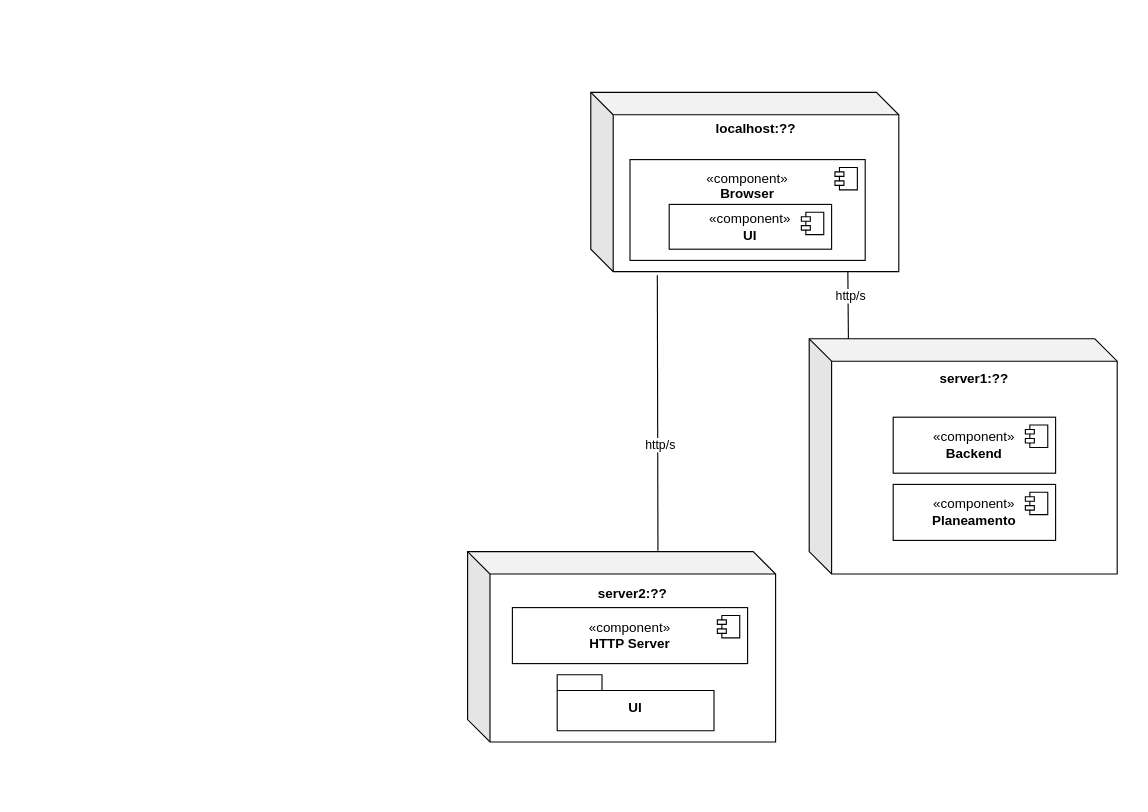
Above: docs/geral/views/level-2/physical/vista_fisical.drawio in andredsferreira/p5sem-3dj-g59 (draw.io), before the change. Source tidied: cells renumbered, new cells numbered last; positions are measured from the earlier drawing's top-left corner, leaving out a move shared by most shapes. Both pictures are drawn from the tidied source at 112%, with x=0, y=0 at pixel (467, 92).
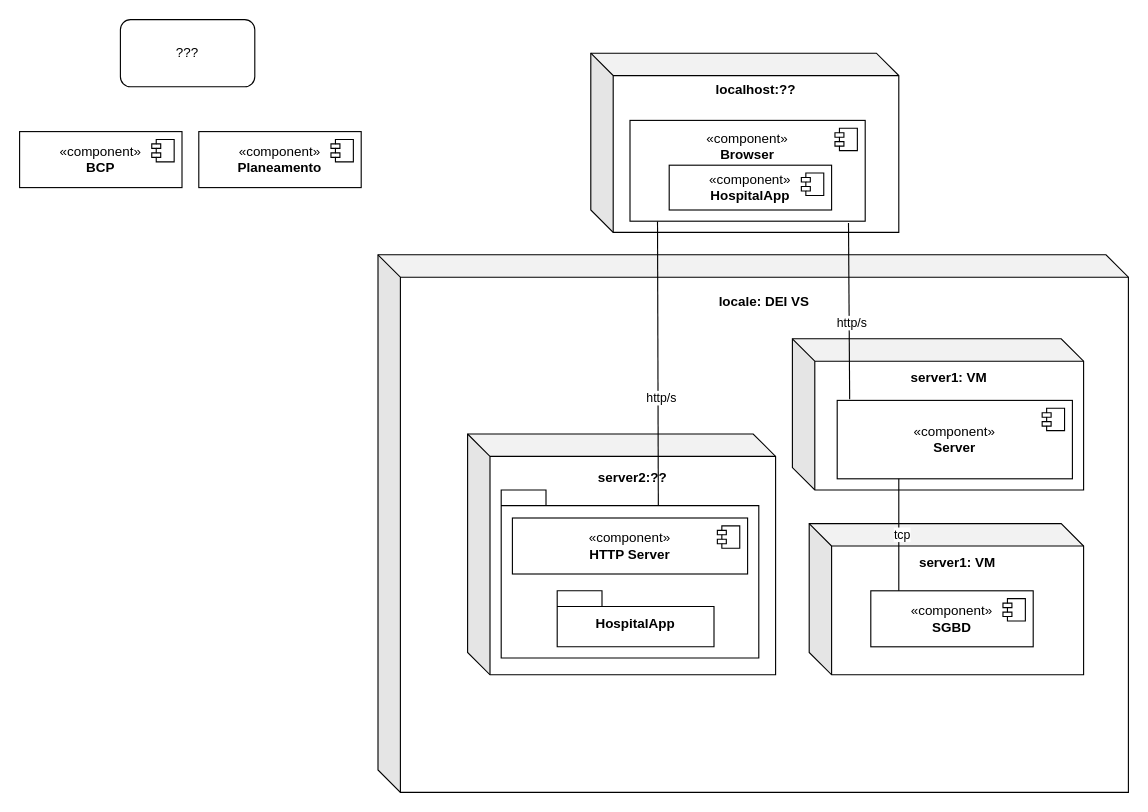
Above is the later version.

Diff of the diagram source:
```diff
@@
+    <mxCell id="20" value="&lt;b&gt;locale: DEI VS&lt;/b&gt;&lt;br&gt;&lt;div&gt;&lt;b&gt;&lt;br&gt;&lt;/b&gt;&lt;/div&gt;&lt;div&gt;&lt;b&gt;&lt;br&gt;&lt;/b&gt;&lt;/div&gt;&lt;div&gt;&lt;b&gt;&lt;br&gt;&lt;/b&gt;&lt;/div&gt;&lt;div&gt;&lt;b&gt;&lt;br&gt;&lt;/b&gt;&lt;/div&gt;&lt;div&gt;&lt;b&gt;&lt;br&gt;&lt;/b&gt;&lt;/div&gt;&lt;div&gt;&lt;b&gt;&lt;br&gt;&lt;/b&gt;&lt;/div&gt;&lt;div&gt;&lt;b&gt;&lt;br&gt;&lt;/b&gt;&lt;/div&gt;&lt;div&gt;&lt;br&gt;&lt;/div&gt;&lt;div&gt;&lt;br&gt;&lt;/div&gt;&lt;div&gt;&lt;br&gt;&lt;/div&gt;&lt;div&gt;&lt;br&gt;&lt;/div&gt;&lt;div&gt;&lt;br&gt;&lt;/div&gt;&lt;div&gt;&lt;br&gt;&lt;/div&gt;&lt;div&gt;&lt;br&gt;&lt;/div&gt;&lt;div&gt;&lt;br&gt;&lt;/div&gt;&lt;div&gt;&lt;br&gt;&lt;/div&gt;&lt;div&gt;&lt;br&gt;&lt;/div&gt;&lt;div&gt;&lt;br&gt;&lt;/div&gt;&lt;div&gt;&lt;br&gt;&lt;/div&gt;&lt;div&gt;&lt;br&gt;&lt;/div&gt;&lt;div&gt;&lt;br&gt;&lt;/div&gt;&lt;div&gt;&lt;br&gt;&lt;/div&gt;&lt;div&gt;&lt;br&gt;&lt;/div&gt;&lt;div&gt;&lt;br&gt;&lt;/div&gt;&lt;div&gt;&lt;br&gt;&lt;/div&gt;&lt;div&gt;&lt;br&gt;&lt;/div&gt;&lt;div&gt;&lt;br&gt;&lt;/div&gt;&lt;div&gt;&lt;br&gt;&lt;/div&gt;&lt;div&gt;&lt;br&gt;&lt;/div&gt;" style="shape=cube;whiteSpace=wrap;html=1;boundedLbl=1;backgroundOutline=1;darkOpacity=0.05;darkOpacity2=0.1;" parent="1" vertex="1">
+      <mxGeometry x="-80" y="145" width="670" height="480" as="geometry" />
+    </mxCell>
     <mxCell id="2" value="&lt;b&gt;localhost:??&lt;/b&gt;&lt;div&gt;&lt;b&gt;&lt;br&gt;&lt;/b&gt;&lt;/div&gt;&lt;div&gt;&lt;b&gt;&lt;br&gt;&lt;/b&gt;&lt;/div&gt;&lt;div&gt;&lt;b&gt;&lt;br&gt;&lt;/b&gt;&lt;/div&gt;&lt;div&gt;&lt;b&gt;&lt;br&gt;&lt;/b&gt;&lt;/div&gt;&lt;div&gt;&lt;b&gt;&lt;br&gt;&lt;/b&gt;&lt;/div&gt;&lt;div&gt;&lt;b&gt;&lt;br&gt;&lt;/b&gt;&lt;/div&gt;&lt;div&gt;&lt;b&gt;&lt;br&gt;&lt;/b&gt;&lt;/div&gt;&lt;div&gt;&lt;br&gt;&lt;/div&gt;" style="shape=cube;whiteSpace=wrap;html=1;boundedLbl=1;backgroundOutline=1;darkOpacity=0.05;darkOpacity2=0.1;" parent="1" vertex="1">
-      <mxGeometry x="110" width="275" height="160" as="geometry" />
+      <mxGeometry x="110" y="-35" width="275" height="160" as="geometry" />
     </mxCell>
     <mxCell id="3" value="«component»&lt;br&gt;&lt;b&gt;Browser&lt;/b&gt;&lt;div&gt;&lt;b&gt;&lt;br&gt;&lt;/b&gt;&lt;/div&gt;&lt;div&gt;&lt;b&gt;&lt;br&gt;&lt;/b&gt;&lt;/div&gt;&lt;div&gt;&lt;b&gt;&lt;br&gt;&lt;/b&gt;&lt;/div&gt;" style="html=1;whiteSpace=wrap;" parent="1" vertex="1">
-      <mxGeometry x="145" y="60" width="210" height="90" as="geometry" />
+      <mxGeometry x="145" y="25" width="210" height="90" as="geometry" />
     </mxCell>
@@
-    <mxCell id="5" value="«component»&lt;br&gt;&lt;b&gt;UI&lt;/b&gt;" style="html=1;whiteSpace=wrap;" parent="1" vertex="1">
-      <mxGeometry x="180" y="100" width="145" height="40" as="geometry" />
+    <mxCell id="5" value="«component»&lt;br&gt;&lt;b&gt;HospitalApp&lt;/b&gt;" style="html=1;whiteSpace=wrap;" parent="1" vertex="1">
+      <mxGeometry x="180" y="65" width="145" height="40" as="geometry" />
     </mxCell>
@@
-    <mxCell id="7" value="&lt;b&gt;server2:??&lt;/b&gt;&lt;div&gt;&lt;b&gt;&lt;br&gt;&lt;/b&gt;&lt;/div&gt;&lt;div&gt;&lt;b&gt;&lt;br&gt;&lt;/b&gt;&lt;/div&gt;&lt;div&gt;&lt;b&gt;&lt;br&gt;&lt;/b&gt;&lt;/div&gt;&lt;div&gt;&lt;b&gt;&lt;br&gt;&lt;/b&gt;&lt;/div&gt;&lt;div&gt;&lt;b&gt;&lt;br&gt;&lt;/b&gt;&lt;/div&gt;&lt;div&gt;&lt;b&gt;&lt;br&gt;&lt;/b&gt;&lt;/div&gt;&lt;div&gt;&lt;b&gt;&lt;br&gt;&lt;/b&gt;&lt;/div&gt;&lt;div&gt;&lt;br&gt;&lt;/div&gt;" style="shape=cube;whiteSpace=wrap;html=1;boundedLbl=1;backgroundOutline=1;darkOpacity=0.05;darkOpacity2=0.1;" parent="1" vertex="1">
-      <mxGeometry y="410" width="275" height="170" as="geometry" />
+    <mxCell id="7" value="&lt;b&gt;server2:??&lt;/b&gt;&lt;div&gt;&lt;b&gt;&lt;br&gt;&lt;/b&gt;&lt;/div&gt;&lt;div&gt;&lt;b&gt;&lt;br&gt;&lt;/b&gt;&lt;/div&gt;&lt;div&gt;&lt;b&gt;&lt;br&gt;&lt;/b&gt;&lt;/div&gt;&lt;div&gt;&lt;b&gt;&lt;br&gt;&lt;/b&gt;&lt;/div&gt;&lt;div&gt;&lt;b&gt;&lt;br&gt;&lt;/b&gt;&lt;/div&gt;&lt;div&gt;&lt;b&gt;&lt;br&gt;&lt;/b&gt;&lt;/div&gt;&lt;div&gt;&lt;b&gt;&lt;br&gt;&lt;/b&gt;&lt;/div&gt;&lt;div&gt;&lt;br&gt;&lt;/div&gt;&lt;div&gt;&lt;br&gt;&lt;/div&gt;&lt;div&gt;&lt;br&gt;&lt;/div&gt;&lt;div&gt;&lt;br&gt;&lt;/div&gt;" style="shape=cube;whiteSpace=wrap;html=1;boundedLbl=1;backgroundOutline=1;darkOpacity=0.05;darkOpacity2=0.1;" parent="1" vertex="1">
+      <mxGeometry y="305" width="275" height="215" as="geometry" />
     </mxCell>
-    <mxCell id="8" value="«component»&lt;br&gt;&lt;b&gt;HTTP Server&lt;/b&gt;" style="html=1;whiteSpace=wrap;" parent="1" vertex="1">
-      <mxGeometry x="40" y="460" width="210" height="50" as="geometry" />
-    </mxCell>
-    <mxCell id="9" style="shape=module;jettyWidth=8;jettyHeight=4;" parent="8" vertex="1">
-      <mxGeometry x="1" width="20" height="20" relative="1" as="geometry">
-        <mxPoint x="-27" y="7" as="offset" />
-      </mxGeometry>
-    </mxCell>
-    <mxCell id="10" value="UI" style="shape=folder;fontStyle=1;spacingTop=10;tabWidth=40;tabHeight=14;tabPosition=left;html=1;whiteSpace=wrap;" parent="1" vertex="1">
-      <mxGeometry x="80" y="520" width="140" height="50" as="geometry" />
-    </mxCell>
-    <mxCell id="11" style="endArrow=none;html=1;rounded=0;entryX=0.216;entryY=1.02;entryDx=0;entryDy=0;entryPerimeter=0;exitX=0.618;exitY=-0.005;exitDx=0;exitDy=0;exitPerimeter=0;" parent="1" edge="1" source="7" target="2">
+    <mxCell id="11" style="endArrow=none;html=1;rounded=0;entryX=0.117;entryY=1.003;entryDx=0;entryDy=0;entryPerimeter=0;exitX=0.61;exitY=0.103;exitDx=0;exitDy=0;exitPerimeter=0;" parent="1" edge="1" source="21" target="3">
       <mxGeometry relative="1" as="geometry" />
     </mxCell>
@@
-    <mxCell id="13" value="&lt;b&gt;server1:??&lt;/b&gt;&lt;div&gt;&lt;b&gt;&lt;br&gt;&lt;/b&gt;&lt;/div&gt;&lt;div&gt;&lt;b&gt;&lt;br&gt;&lt;/b&gt;&lt;/div&gt;&lt;div&gt;&lt;b&gt;&lt;br&gt;&lt;/b&gt;&lt;/div&gt;&lt;div&gt;&lt;b&gt;&lt;br&gt;&lt;/b&gt;&lt;/div&gt;&lt;div&gt;&lt;b&gt;&lt;br&gt;&lt;/b&gt;&lt;/div&gt;&lt;div&gt;&lt;b&gt;&lt;br&gt;&lt;/b&gt;&lt;/div&gt;&lt;div&gt;&lt;b&gt;&lt;br&gt;&lt;/b&gt;&lt;/div&gt;&lt;div&gt;&lt;br&gt;&lt;/div&gt;&lt;div&gt;&lt;br&gt;&lt;/div&gt;&lt;div&gt;&lt;br&gt;&lt;/div&gt;&lt;div&gt;&lt;br&gt;&lt;/div&gt;" style="shape=cube;whiteSpace=wrap;html=1;boundedLbl=1;backgroundOutline=1;darkOpacity=0.05;darkOpacity2=0.1;" parent="1" vertex="1">
-      <mxGeometry x="305" y="220" width="275" height="210" as="geometry" />
+    <mxCell id="13" value="&lt;b&gt;server1: VM&lt;/b&gt;&lt;div&gt;&lt;b&gt;&lt;br&gt;&lt;/b&gt;&lt;/div&gt;&lt;div&gt;&lt;b&gt;&lt;br&gt;&lt;/b&gt;&lt;/div&gt;&lt;div&gt;&lt;b&gt;&lt;br&gt;&lt;/b&gt;&lt;/div&gt;&lt;div&gt;&lt;b&gt;&lt;br&gt;&lt;/b&gt;&lt;/div&gt;&lt;div&gt;&lt;b&gt;&lt;br&gt;&lt;/b&gt;&lt;/div&gt;&lt;div&gt;&lt;br&gt;&lt;/div&gt;" style="shape=cube;whiteSpace=wrap;html=1;boundedLbl=1;backgroundOutline=1;darkOpacity=0.05;darkOpacity2=0.1;" parent="1" vertex="1">
+      <mxGeometry x="290" y="220" width="260" height="135" as="geometry" />
     </mxCell>
-    <mxCell id="14" value="«component»&lt;br&gt;&lt;b&gt;Backend&lt;/b&gt;" style="html=1;whiteSpace=wrap;" parent="1" vertex="1">
-      <mxGeometry x="380" y="290" width="145" height="50" as="geometry" />
+    <mxCell id="14" value="«component»&lt;br&gt;&lt;b&gt;Server&lt;/b&gt;" style="html=1;whiteSpace=wrap;" parent="1" vertex="1">
+      <mxGeometry x="330" y="275" width="210" height="70" as="geometry" />
     </mxCell>
@@
     <mxCell id="16" value="«component»&lt;br&gt;&lt;b&gt;Planeamento&lt;/b&gt;" style="html=1;whiteSpace=wrap;" parent="1" vertex="1">
-      <mxGeometry x="380" y="350" width="145" height="50" as="geometry" />
+      <mxGeometry x="-240" y="35" width="145" height="50" as="geometry" />
     </mxCell>
@@
-    <mxCell id="18" style="endArrow=none;html=1;rounded=0;entryX=0.216;entryY=1.02;entryDx=0;entryDy=0;entryPerimeter=0;" parent="1" edge="1">
-      <mxGeometry relative="1" as="geometry">
-        <mxPoint x="340" y="220" as="sourcePoint" />
-        <mxPoint x="339.5" y="160" as="targetPoint" />
-      </mxGeometry>
+    <mxCell id="18" style="endArrow=none;html=1;rounded=0;entryX=0.929;entryY=1.017;entryDx=0;entryDy=0;entryPerimeter=0;exitX=0.053;exitY=-0.016;exitDx=0;exitDy=0;exitPerimeter=0;" parent="1" edge="1" source="14" target="3">
+      <mxGeometry relative="1" as="geometry" />
     </mxCell>
@@
+    <mxCell id="21" style="shape=folder;fontStyle=1;spacingTop=10;tabWidth=40;tabHeight=14;tabPosition=left;html=1;whiteSpace=wrap;" parent="1" vertex="1">
+      <mxGeometry x="30" y="355" width="230" height="150" as="geometry" />
+    </mxCell>
+    <mxCell id="22" value="&lt;b&gt;server1: VM&lt;/b&gt;&lt;div&gt;&lt;b&gt;&lt;br&gt;&lt;/b&gt;&lt;/div&gt;&lt;div&gt;&lt;b&gt;&lt;br&gt;&lt;/b&gt;&lt;/div&gt;&lt;div&gt;&lt;b&gt;&lt;br&gt;&lt;/b&gt;&lt;/div&gt;&lt;div&gt;&lt;b&gt;&lt;br&gt;&lt;/b&gt;&lt;/div&gt;&lt;div&gt;&lt;b&gt;&lt;br&gt;&lt;/b&gt;&lt;/div&gt;&lt;div&gt;&lt;br&gt;&lt;/div&gt;" style="shape=cube;whiteSpace=wrap;html=1;boundedLbl=1;backgroundOutline=1;darkOpacity=0.05;darkOpacity2=0.1;" parent="1" vertex="1">
+      <mxGeometry x="305" y="385" width="245" height="135" as="geometry" />
+    </mxCell>
+    <mxCell id="23" value="«component»&lt;br&gt;&lt;b&gt;SGBD&lt;/b&gt;" style="html=1;whiteSpace=wrap;" parent="1" vertex="1">
+      <mxGeometry x="360" y="445" width="145" height="50" as="geometry" />
+    </mxCell>
+    <mxCell id="24" style="shape=module;jettyWidth=8;jettyHeight=4;" parent="23" vertex="1">
+      <mxGeometry x="1" width="20" height="20" relative="1" as="geometry">
+        <mxPoint x="-27" y="7" as="offset" />
+      </mxGeometry>
+    </mxCell>
+    <mxCell id="25" style="endArrow=none;html=1;rounded=0;entryX=0.929;entryY=1.017;entryDx=0;entryDy=0;entryPerimeter=0;" parent="1" edge="1">
+      <mxGeometry relative="1" as="geometry">
+        <mxPoint x="385" y="445" as="sourcePoint" />
+        <mxPoint x="385" y="345" as="targetPoint" />
+      </mxGeometry>
+    </mxCell>
+    <mxCell id="26" value="tcp" style="edgeLabel;html=1;align=center;verticalAlign=middle;" parent="25" vertex="1">
+      <mxGeometry x="-0.39" y="-2" relative="1" as="geometry">
+        <mxPoint y="-20" as="offset" />
+      </mxGeometry>
+    </mxCell>
+    <mxCell id="8" value="«component»&lt;br&gt;&lt;b&gt;HTTP Server&lt;/b&gt;" style="html=1;whiteSpace=wrap;" parent="1" vertex="1">
+      <mxGeometry x="40" y="380" width="210" height="50" as="geometry" />
+    </mxCell>
+    <mxCell id="9" style="shape=module;jettyWidth=8;jettyHeight=4;" parent="8" vertex="1">
+      <mxGeometry x="1" width="20" height="20" relative="1" as="geometry">
+        <mxPoint x="-27" y="7" as="offset" />
+      </mxGeometry>
+    </mxCell>
+    <mxCell id="10" value="HospitalApp" style="shape=folder;fontStyle=1;spacingTop=10;tabWidth=40;tabHeight=14;tabPosition=left;html=1;whiteSpace=wrap;" parent="1" vertex="1">
+      <mxGeometry x="80" y="445" width="140" height="50" as="geometry" />
+    </mxCell>
+    <mxCell id="27" value="«component»&lt;br&gt;&lt;b&gt;BCP&lt;/b&gt;" style="html=1;whiteSpace=wrap;" parent="1" vertex="1">
+      <mxGeometry x="-400" y="35" width="145" height="50" as="geometry" />
+    </mxCell>
+    <mxCell id="28" style="shape=module;jettyWidth=8;jettyHeight=4;" parent="27" vertex="1">
+      <mxGeometry x="1" width="20" height="20" relative="1" as="geometry">
+        <mxPoint x="-27" y="7" as="offset" />
+      </mxGeometry>
+    </mxCell>
+    <mxCell id="29" value="???" style="rounded=1;whiteSpace=wrap;html=1;" parent="1" vertex="1">
+      <mxGeometry x="-310" y="-65" width="120" height="60" as="geometry" />
+    </mxCell>
```
